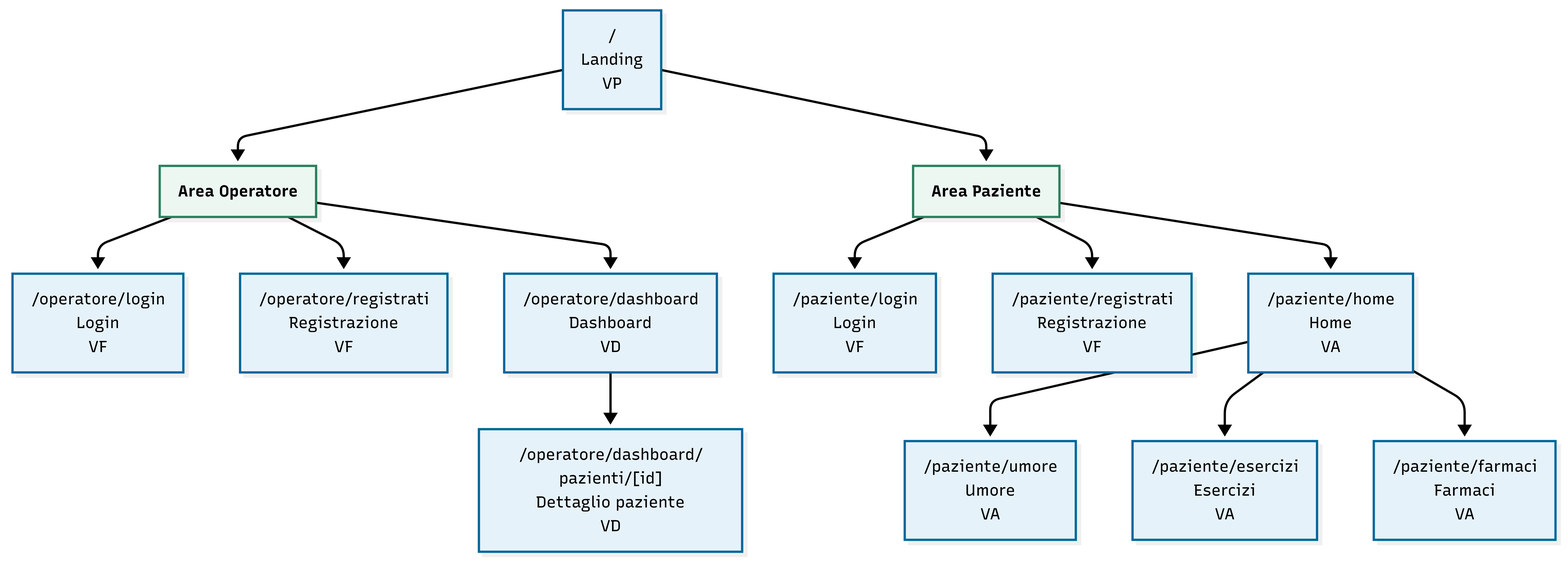
This is docs/diagrams/figura_7_albero_navigazione_reale.png from manuelmanna/alice_codice, a Mermaid export, as it was before one commit. Its source is kept beside it as docs/diagrams/figura_7_albero_navigazione_reale.mmd.
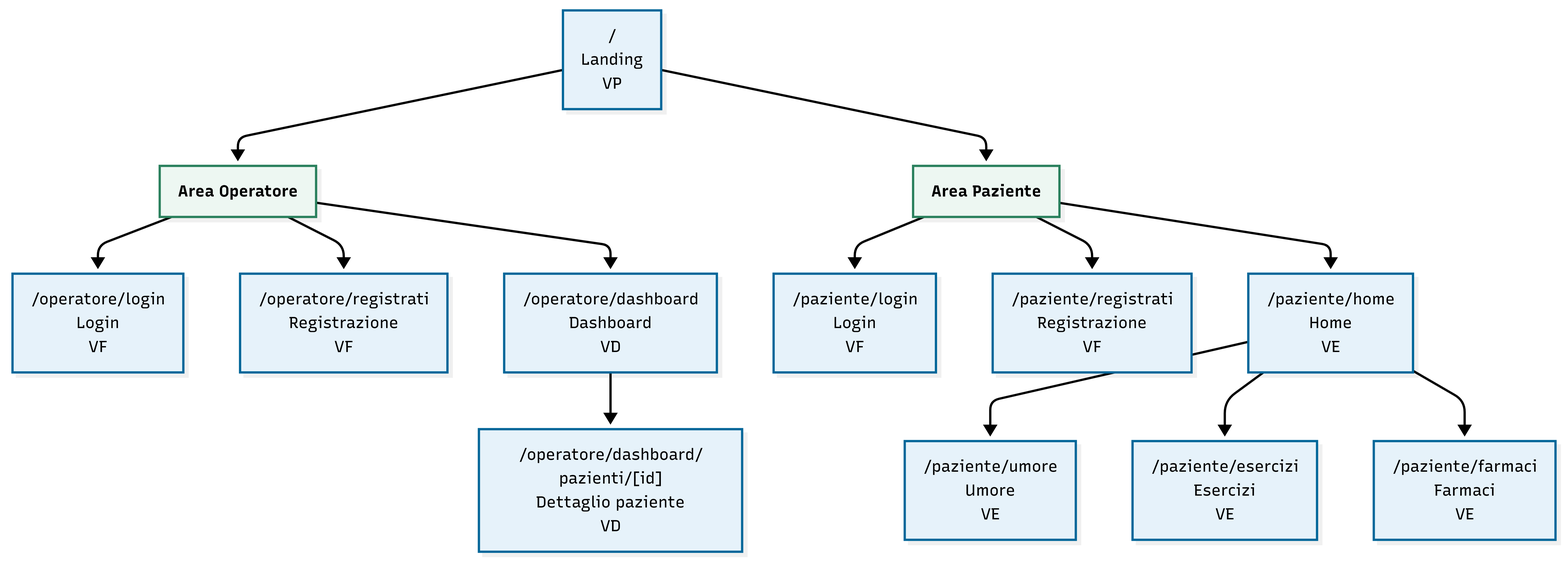
Above is the later version.

Diff of the diagram source:
```diff
@@ -23,10 +23,10 @@
 
     PazienteLogin["/paziente/login<br/>Login<br/>VF"]:::route
     PazienteRegistrati["/paziente/registrati<br/>Registrazione<br/>VF"]:::route
-    PazienteHome["/paziente/home<br/>Home<br/>VA"]:::route
-    PazienteUmore["/paziente/umore<br/>Umore<br/>VA"]:::route
-    PazienteEsercizi["/paziente/esercizi<br/>Esercizi<br/>VA"]:::route
-    PazienteFarmaci["/paziente/farmaci<br/>Farmaci<br/>VA"]:::route
+    PazienteHome["/paziente/home<br/>Home<br/>VE"]:::route
+    PazienteUmore["/paziente/umore<br/>Umore<br/>VE"]:::route
+    PazienteEsercizi["/paziente/esercizi<br/>Esercizi<br/>VE"]:::route
+    PazienteFarmaci["/paziente/farmaci<br/>Farmaci<br/>VE"]:::route
 
     PazienteArea --> PazienteLogin
     PazienteArea --> PazienteRegistrati
```
